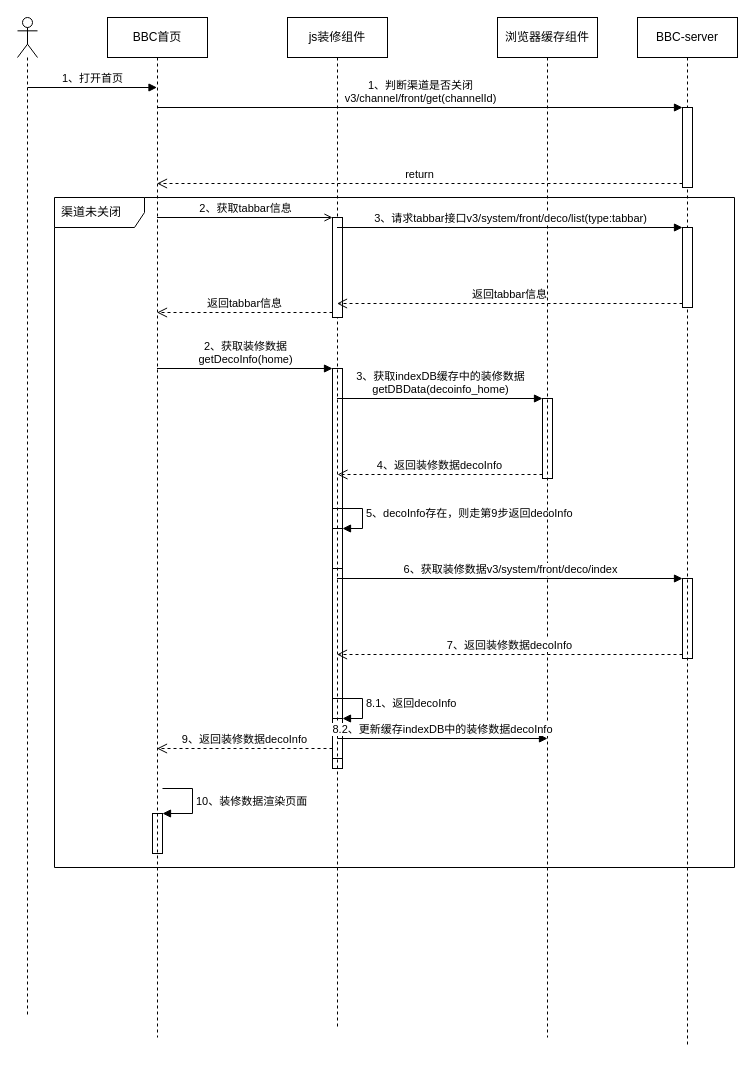
Earlier version of the draw.io diagram page "BBC首页加载流程" (4 of 5) of B+流程图.drawio (huturenji/drawio). Source tidied: cells renumbered, new cells numbered last; positions are measured from the earlier drawing's top-left corner, leaving out a move shared by most shapes. Both pictures are drawn from the tidied source at 100%, with x=0, y=0 at pixel (17, 17).
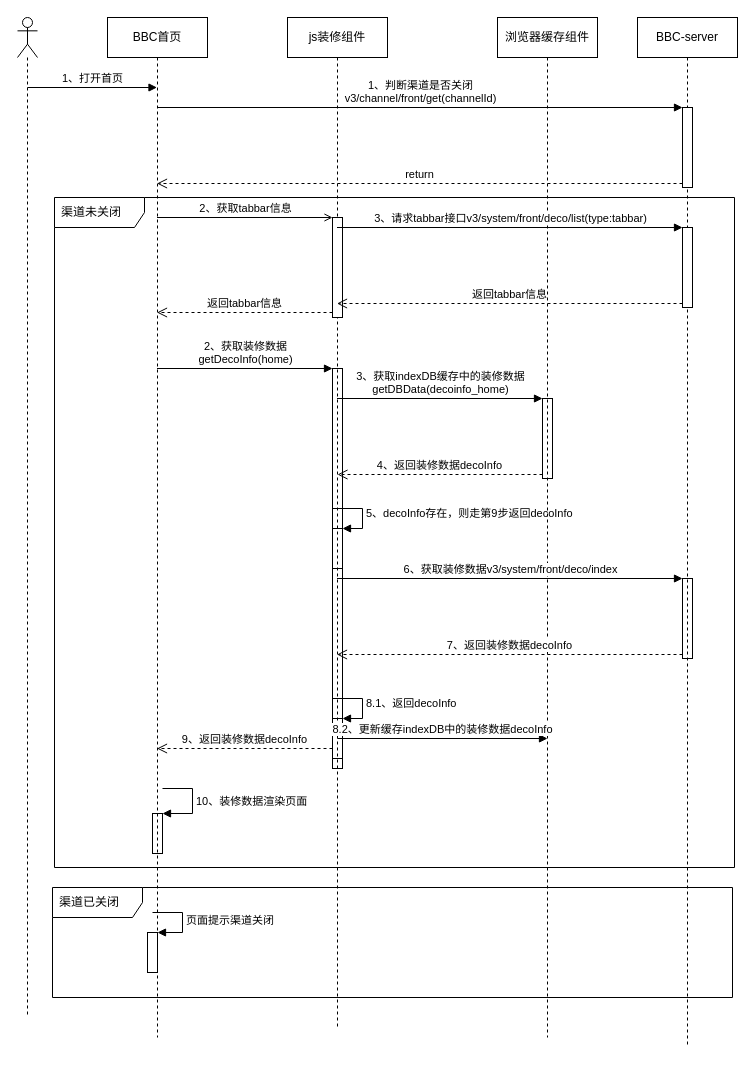
After the change.

What changed in the source:
```diff
@@
+    <mxCell id="34" value="渠道已关闭" style="shape=umlFrame;whiteSpace=wrap;html=1;width=90;height=30;boundedLbl=1;verticalAlign=middle;align=left;spacingLeft=5;" parent="1" vertex="1">
+      <mxGeometry x="35" y="870" width="680" height="110" as="geometry" />
+    </mxCell>
+    <mxCell id="35" style="html=1;points=[];perimeter=orthogonalPerimeter;" parent="1" vertex="1">
+      <mxGeometry x="130" y="915" width="10" height="40" as="geometry" />
+    </mxCell>
+    <mxCell id="36" value="页面提示渠道关闭" style="edgeStyle=orthogonalEdgeStyle;html=1;align=left;spacingLeft=2;endArrow=block;rounded=0;entryX=1;entryY=0;" parent="1" edge="1" target="35">
+      <mxGeometry relative="1" as="geometry">
+        <mxPoint x="135" y="895" as="sourcePoint" />
+        <Array as="points">
+          <mxPoint x="165" y="895" />
+        </Array>
+      </mxGeometry>
+    </mxCell>
```
